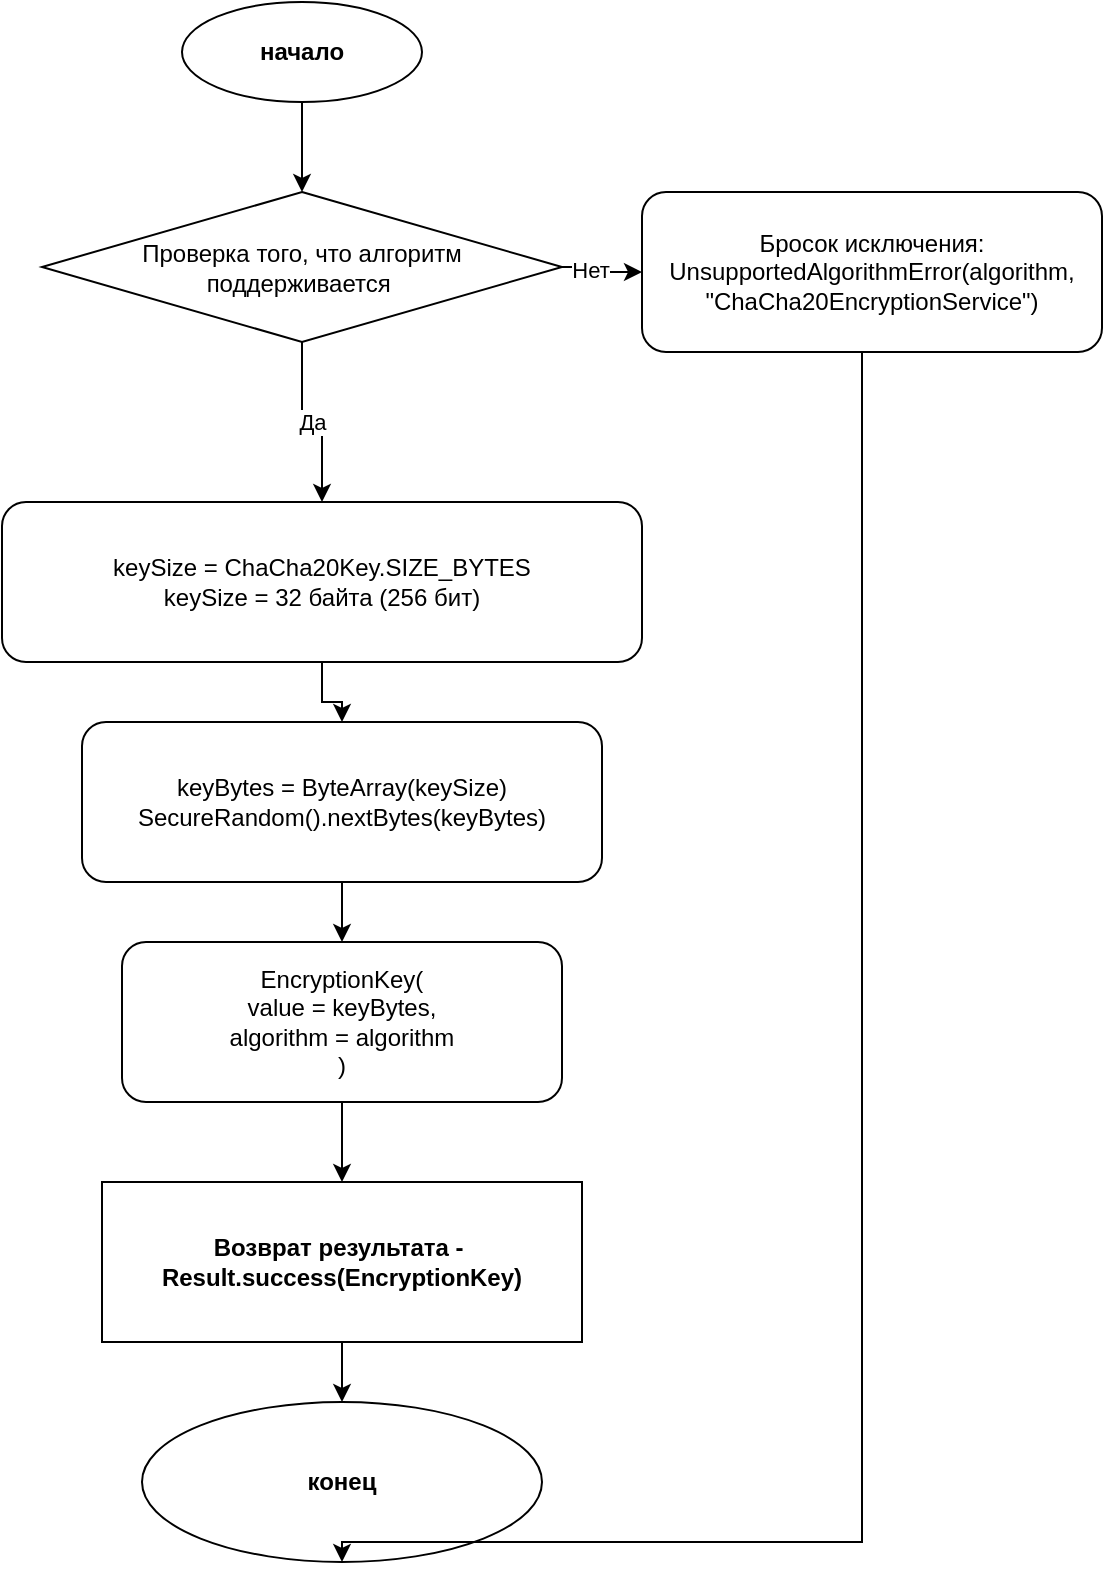
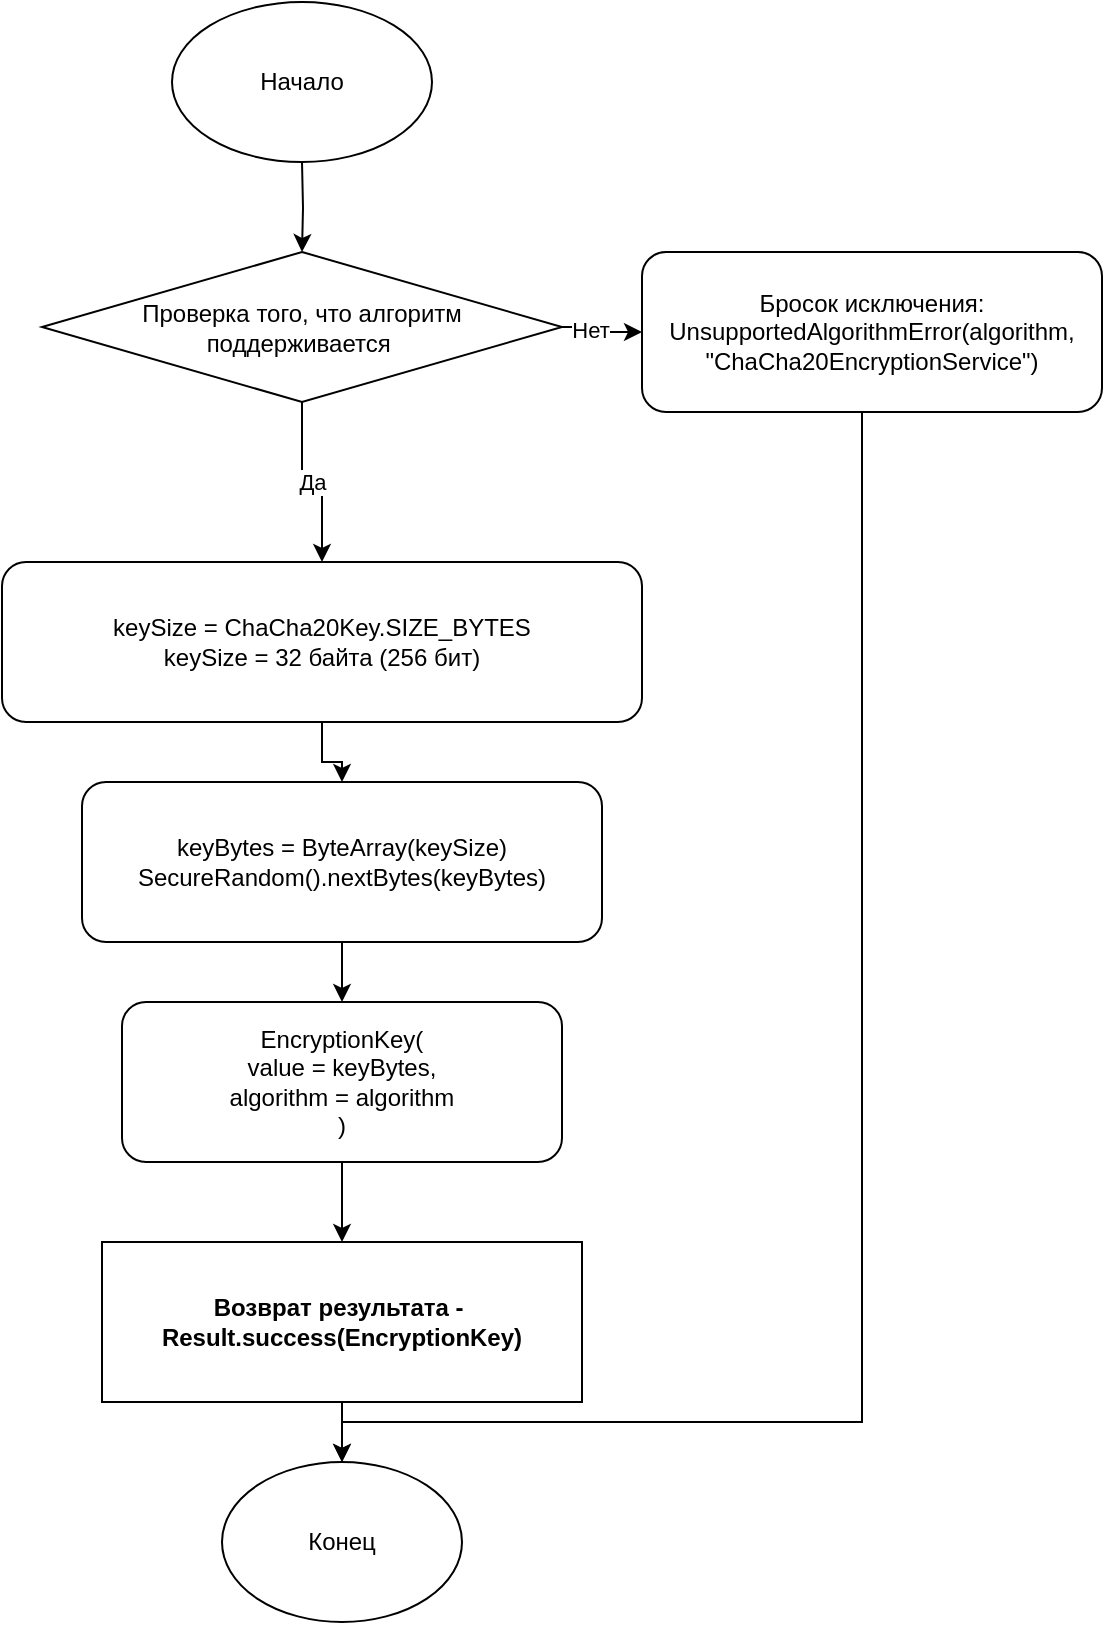
- <mxfile host="app.diagrams.net" agent="Mozilla/5.0 (Windows NT 10.0; Win64; x64; rv:147.0) Gecko/20100101 Firefox/147.0" version="29.3.2">
+ <mxfile host="app.diagrams.net" agent="Mozilla/5.0 (Windows NT 10.0; Win64; x64; rv:147.0) Gecko/20100101 Firefox/147.0" version="29.3.6">
  <diagram name="ChaCha20-Poly1305 Key Generation Detailed" id="chacha20-key-gen-flow-detailed">
-     <mxGraphModel dx="1964" dy="1181" grid="1" gridSize="10" guides="1" tooltips="1" connect="1" arrows="1" fold="1" page="1" pageScale="1" pageWidth="1400" pageHeight="2000" math="0" shadow="0">
+     <mxGraphModel dx="1375" dy="827" grid="1" gridSize="10" guides="1" tooltips="1" connect="1" arrows="1" fold="1" page="1" pageScale="1" pageWidth="1400" pageHeight="2000" math="0" shadow="0">
      <root>
        <mxCell id="0" />
        <mxCell id="1" parent="0" />
-         <mxCell id="start" parent="1" style="ellipse;whiteSpace=wrap;html=1;fontStyle=1" value="начало" vertex="1">
-           <mxGeometry height="50" width="120" x="640" y="70" as="geometry" />
-         </mxCell>
        <mxCell id="check-support" parent="1" style="rhombus;whiteSpace=wrap;html=1;align=center;" value="Проверка того, что алгоритм поддерживается&amp;nbsp;" vertex="1">
          <mxGeometry height="75" width="260" x="570" y="165" as="geometry" />
        </mxCell>
        <mxCell id="error-unsupported" parent="1" style="rounded=1;whiteSpace=wrap;html=1;align=center;" value="&lt;div align=&quot;center&quot;&gt;Бросок исключения:&lt;br&gt;UnsupportedAlgorithmError(algorithm,&lt;br&gt;&quot;ChaCha20EncryptionService&quot;)&lt;/div&gt;" vertex="1">
          <mxGeometry height="80" width="230" x="870" y="165" as="geometry" />
        </mxCell>
        <mxCell id="key-size" parent="1" style="rounded=1;whiteSpace=wrap;html=1;align=center;" value="&lt;div align=&quot;center&quot;&gt;keySize = ChaCha20Key.SIZE_BYTES&lt;br&gt;keySize = 32 байта (256 бит)&lt;/div&gt;" vertex="1">
          <mxGeometry height="80" width="320" x="550" y="320" as="geometry" />
        </mxCell>
        <mxCell id="create-array" parent="1" style="rounded=1;whiteSpace=wrap;html=1;align=center;" value="&lt;div align=&quot;center&quot;&gt;keyBytes = ByteArray(keySize)&lt;/div&gt;&lt;div align=&quot;center&quot;&gt;SecureRandom().nextBytes(keyBytes)&lt;br&gt;&lt;/div&gt;" vertex="1">
          <mxGeometry height="80" width="260" x="590" y="430" as="geometry" />
        </mxCell>
        <mxCell id="create-entity" parent="1" style="rounded=1;whiteSpace=wrap;html=1;align=center;" value="&lt;div align=&quot;center&quot;&gt;EncryptionKey(&lt;br&gt;  value = keyBytes,&lt;br&gt;  algorithm = algorithm&lt;br&gt;)&lt;/div&gt;" vertex="1">
          <mxGeometry height="80" width="220" x="610" y="540" as="geometry" />
        </mxCell>
        <mxCell id="return-success" parent="1" style="parallelogram;whiteSpace=wrap;html=1;fontStyle=1;align=center;" value="&lt;div align=&quot;center&quot;&gt;Возврат результата -&amp;nbsp;&lt;br&gt;Result.success(EncryptionKey)&lt;/div&gt;" vertex="1">
          <mxGeometry height="80" width="240" x="600" y="660" as="geometry" />
        </mxCell>
-         <mxCell id="end" parent="1" style="ellipse;whiteSpace=wrap;html=1;fontStyle=1" value="конец" vertex="1">
-           <mxGeometry height="80" width="200" x="620" y="770" as="geometry" />
-         </mxCell>
- 
-         <mxCell id="e1" edge="1" parent="1" source="start" style="edgeStyle=orthogonalEdgeStyle;rounded=0;orthogonalLoop=1;jettySize=auto;html=1;strokeWidth=1;" target="check-support">
-           <mxGeometry relative="1" as="geometry" />
+         <mxCell id="e1" edge="1" parent="1" style="edgeStyle=orthogonalEdgeStyle;rounded=0;orthogonalLoop=1;jettySize=auto;html=1;strokeWidth=1;" target="check-support">
+           <mxGeometry relative="1" as="geometry">
+             <mxPoint x="700" y="120" as="sourcePoint" />
+           </mxGeometry>
        </mxCell>
        <mxCell id="e2" edge="1" parent="1" source="check-support" style="edgeStyle=orthogonalEdgeStyle;rounded=0;orthogonalLoop=1;jettySize=auto;html=1;exitX=1;exitY=0.5;entryX=0;entryY=0.5;exitDx=0;exitDy=0;entryDx=0;entryDy=0;" target="error-unsupported">
          <mxGeometry relative="1" as="geometry" />
        </mxCell>
        <mxCell id="e2-label" connectable="0" parent="e2" style="edgeLabel;html=1;align=center;verticalAlign=middle;resizable=0;points=[];" value="Нет" vertex="1">
          <mxGeometry relative="1" x="-0.337" y="-1" as="geometry">
            <mxPoint as="offset" />
          </mxGeometry>
        </mxCell>
-         <mxCell id="e3" edge="1" parent="1" source="error-unsupported" style="edgeStyle=orthogonalEdgeStyle;rounded=0;orthogonalLoop=1;jettySize=auto;html=1;exitX=0.5;exitY=1;entryX=0.5;entryY=1;exitDx=0;exitDy=0;entryDx=0;entryDy=0;" target="end">
+         <mxCell id="e3" edge="1" parent="1" source="error-unsupported" style="edgeStyle=orthogonalEdgeStyle;rounded=0;orthogonalLoop=1;jettySize=auto;html=1;exitX=0.5;exitY=1;exitDx=0;exitDy=0;">
          <mxGeometry relative="1" as="geometry">
            <Array as="points">
-               <mxPoint x="980" y="840" />
-               <mxPoint x="720" y="840" />
+               <mxPoint x="980" y="245" />
+               <mxPoint x="980" y="750" />
+               <mxPoint x="720" y="750" />
            </Array>
+             <mxPoint x="720" y="770" as="targetPoint" />
          </mxGeometry>
        </mxCell>
        <mxCell id="e4" edge="1" parent="1" source="check-support" style="edgeStyle=orthogonalEdgeStyle;rounded=0;orthogonalLoop=1;jettySize=auto;html=1;strokeWidth=1;entryX=0.5;entryY=0;exitX=0.5;exitY=1;exitDx=0;exitDy=0;entryDx=0;entryDy=0;" target="key-size" value="Да">
          <mxGeometry relative="1" as="geometry" />
        </mxCell>
        <mxCell id="e5" edge="1" parent="1" source="key-size" style="edgeStyle=orthogonalEdgeStyle;rounded=0;orthogonalLoop=1;jettySize=auto;html=1;" target="create-array">
          <mxGeometry relative="1" as="geometry" />
        </mxCell>
        <mxCell id="e6" edge="1" parent="1" source="create-array" style="edgeStyle=orthogonalEdgeStyle;rounded=0;orthogonalLoop=1;jettySize=auto;html=1;" target="create-entity">
          <mxGeometry relative="1" as="geometry" />
        </mxCell>
        <mxCell id="e7" edge="1" parent="1" source="create-entity" style="edgeStyle=orthogonalEdgeStyle;rounded=0;orthogonalLoop=1;jettySize=auto;html=1;" target="return-success">
          <mxGeometry relative="1" as="geometry" />
        </mxCell>
-         <mxCell id="e8" edge="1" parent="1" source="return-success" style="edgeStyle=orthogonalEdgeStyle;rounded=0;orthogonalLoop=1;jettySize=auto;html=1;" target="end">
-           <mxGeometry relative="1" as="geometry" />
+         <mxCell id="e8" edge="1" parent="1" source="return-success" style="edgeStyle=orthogonalEdgeStyle;rounded=0;orthogonalLoop=1;jettySize=auto;html=1;">
+           <mxGeometry relative="1" as="geometry">
+             <mxPoint x="720" y="770" as="targetPoint" />
+           </mxGeometry>
+         </mxCell>
+         <mxCell id="Uu9v4L_LxRj6blfCmE8G-1" parent="1" style="ellipse;whiteSpace=wrap;html=1;" value="Начало" vertex="1">
+           <mxGeometry height="80" width="130" x="635" y="40" as="geometry" />
+         </mxCell>
+         <mxCell id="Uu9v4L_LxRj6blfCmE8G-2" parent="1" style="ellipse;whiteSpace=wrap;html=1;" value="Конец" vertex="1">
+           <mxGeometry height="80" width="120" x="660" y="770" as="geometry" />
        </mxCell>
      </root>
    </mxGraphModel>
  </diagram>
</mxfile>

- 
